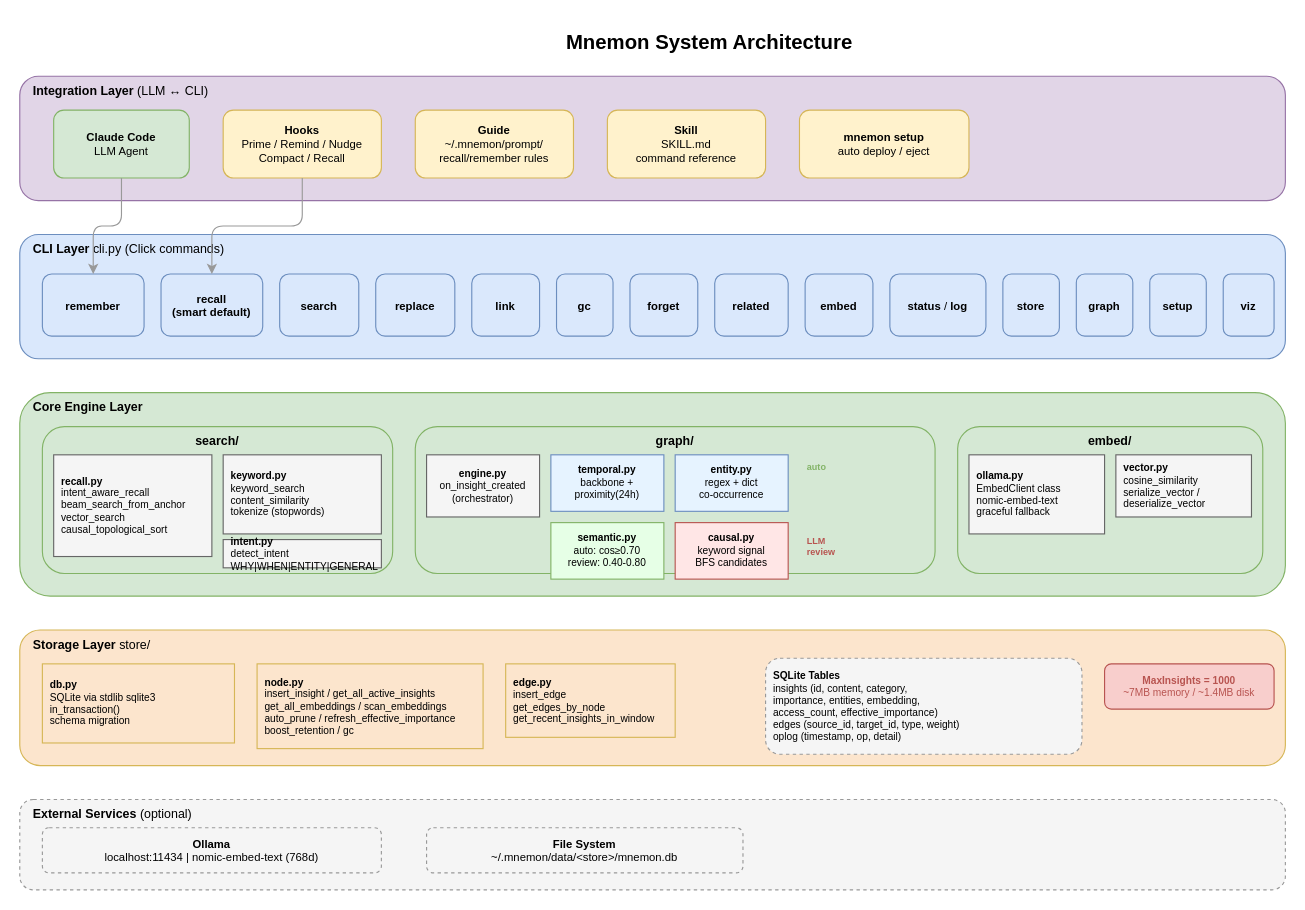
Above: docs/diagrams/01-system-architecture.drawio in bissli/memman (draw.io), before the change. Source tidied: cells renumbered, new cells numbered last; positions are measured from the earlier drawing's top-left corner, leaving out a move shared by most shapes. Both pictures are drawn from the tidied source at 113%, with x=0, y=0 at pixel (19, 19).
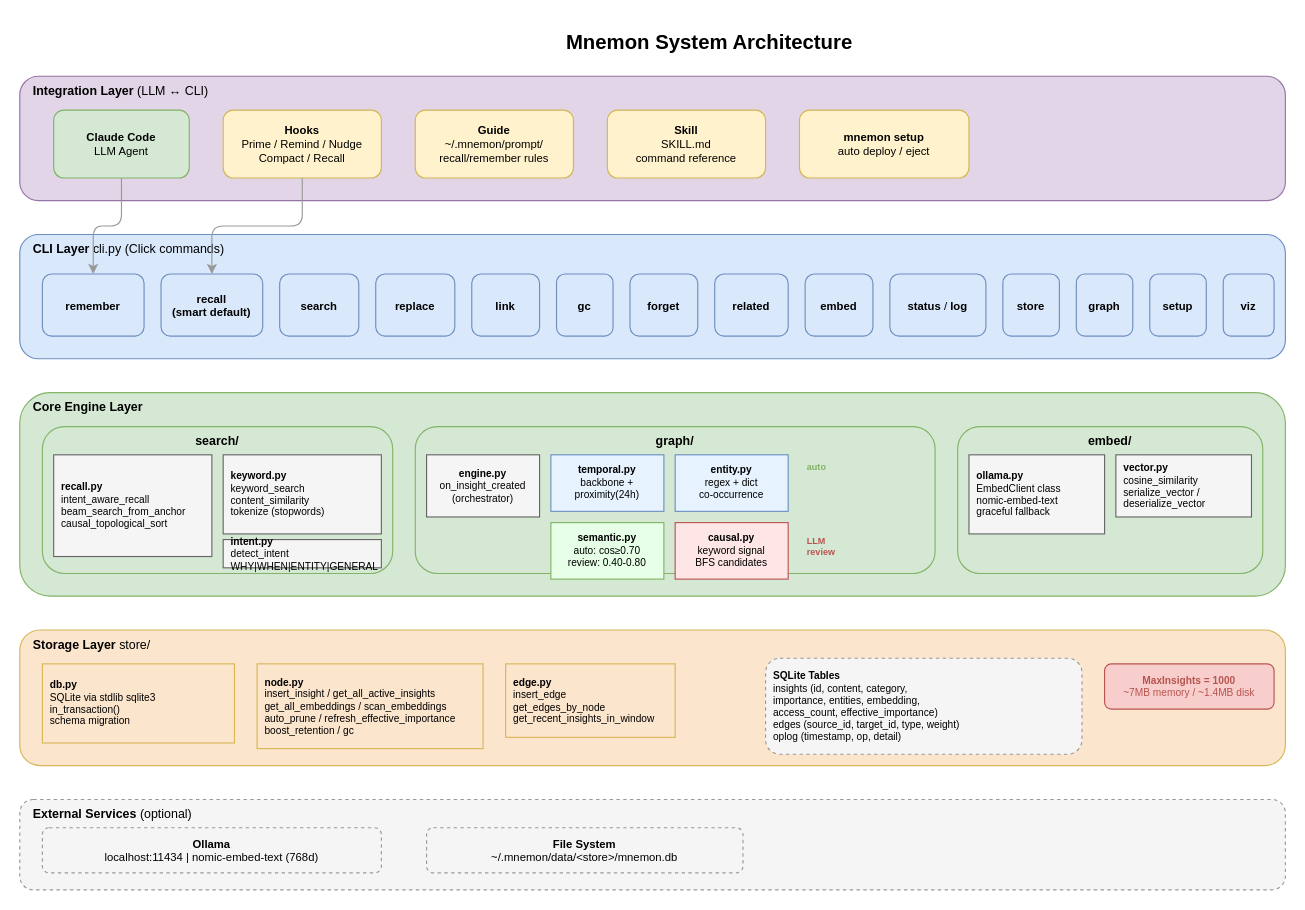
After the change.

Commit message (it also covers changes not shown here):
Remove dead vector_search() function and unused imports

The edit, as a diff of the source:
```diff
@@
-    <mxCell id="26" value="&lt;b&gt;recall.py&lt;/b&gt;&lt;br&gt;intent_aware_recall&lt;br&gt;beam_search_from_anchor&lt;br&gt;vector_search&lt;br&gt;causal_topological_sort" style="rounded=0;whiteSpace=wrap;html=1;fontSize=9;fillColor=#f5f5f5;strokeColor=#666666;align=left;spacingLeft=5;" parent="1" vertex="1">
+    <mxCell id="26" value="&lt;b&gt;recall.py&lt;/b&gt;&lt;br&gt;intent_aware_recall&lt;br&gt;beam_search_from_anchor&lt;br&gt;causal_topological_sort" style="rounded=0;whiteSpace=wrap;html=1;fontSize=9;fillColor=#f5f5f5;strokeColor=#666666;align=left;spacingLeft=5;" parent="1" vertex="1">
       <mxGeometry x="30" y="385" width="140" height="90" as="geometry" />
     </mxCell>
```
